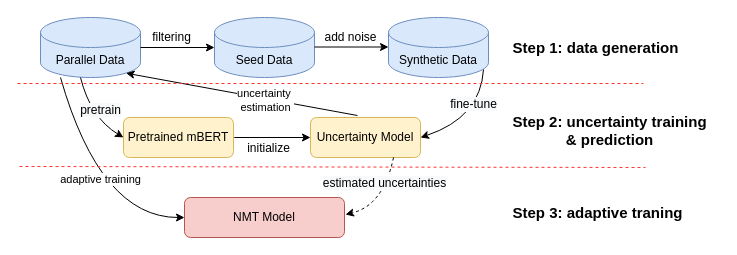
lizezhonglaile/drawio keeps this draw.io diagram as uncertaintyNMT.drawio. Above is the earlier version. Source tidied: cells renumbered, new cells numbered last; positions are measured from the earlier drawing's top-left corner, leaving out a move shared by most shapes. Both pictures are drawn from the tidied source at 100%, with x=0, y=0 at pixel (17, 17).
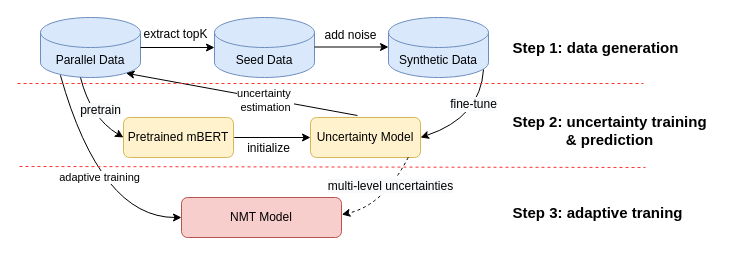
The same page after the edit.

Unchanged cells that the change refers to:
```xml
<mxCell id="2" value="Parallel Data" style="shape=cylinder3;whiteSpace=wrap;html=1;boundedLbl=1;backgroundOutline=1;size=15;fillColor=#dae8fc;strokeColor=#6c8ebf;" parent="1" vertex="1">
  <mxGeometry x="23" width="100" height="60" as="geometry" />
</mxCell>
<mxCell id="7" value="Uncertainty Model" style="rounded=1;whiteSpace=wrap;html=1;fillColor=#fff2cc;strokeColor=#d6b656;" parent="1" vertex="1">
  <mxGeometry x="293" y="100" width="110" height="40" as="geometry" />
</mxCell>
```

The edit, as a diff of the source:
```diff
@@
     <mxCell id="6" value="NMT Model" style="rounded=1;whiteSpace=wrap;html=1;fillColor=#f8cecc;strokeColor=#b85450;" parent="1" vertex="1">
-      <mxGeometry x="167" y="180" width="160" height="40" as="geometry" />
+      <mxGeometry x="164" y="180" width="160" height="40" as="geometry" />
     </mxCell>
@@
-    <mxCell id="11" style="curved=1;endArrow=classic;html=1;rounded=0;entryX=0;entryY=0.5;entryDx=0;entryDy=0;" parent="1" edge="1" target="6">
+    <mxCell id="11" style="curved=1;endArrow=classic;html=1;rounded=0;entryX=0;entryY=0.5;entryDx=0;entryDy=0;exitX=0.199;exitY=0.963;exitDx=0;exitDy=0;exitPerimeter=0;" parent="1" edge="1" source="2" target="6">
       <mxGeometry relative="1" as="geometry">
-        <mxPoint x="43" y="60" as="sourcePoint" />
         <Array as="points">
           <mxPoint x="83" y="200" />
         </Array>
       </mxGeometry>
     </mxCell>
@@
-    <mxCell id="19" value="filtering" style="text;html=1;align=center;verticalAlign=middle;strokeColor=none;fillColor=none;" parent="1" vertex="1">
-      <mxGeometry x="125" y="7" width="57" height="26" as="geometry" />
+    <mxCell id="19" value="extract topK" style="text;html=1;align=center;verticalAlign=middle;strokeColor=none;fillColor=none;" parent="1" vertex="1">
+      <mxGeometry x="117" y="4" width="82" height="26" as="geometry" />
     </mxCell>
     <mxCell id="20" value="add noise" style="text;html=1;align=center;verticalAlign=middle;strokeColor=none;fillColor=none;" parent="1" vertex="1">
-      <mxGeometry x="293" y="5" width="80" height="30" as="geometry" />
+      <mxGeometry x="293" y="3" width="80" height="30" as="geometry" />
     </mxCell>
@@
-    <mxCell id="27" style="curved=1;endArrow=classic;html=1;rounded=0;exitX=0.95;exitY=0.867;exitDx=0;exitDy=0;exitPerimeter=0;dashed=1;" parent="1" edge="1">
+    <mxCell id="27" style="curved=1;endArrow=classic;html=1;rounded=0;exitX=0.889;exitY=0.995;exitDx=0;exitDy=0;exitPerimeter=0;dashed=1;entryX=1.002;entryY=0.426;entryDx=0;entryDy=0;entryPerimeter=0;" parent="1" edge="1" source="7" target="6">
       <mxGeometry relative="1" as="geometry">
-        <mxPoint x="376" y="140" as="sourcePoint" />
-        <mxPoint x="328" y="197" as="targetPoint" />
         <Array as="points">
           <mxPoint x="366" y="188" />
         </Array>
       </mxGeometry>
     </mxCell>
-    <mxCell id="28" value="&lt;span style=&quot;font-size: 12px; background-color: rgb(248, 249, 250);&quot;&gt;estimated uncertainties&lt;/span&gt;" style="edgeLabel;html=1;align=center;verticalAlign=middle;fontSize=15;" parent="27" vertex="1">
+    <mxCell id="28" value="&lt;span style=&quot;font-size: 12px; background-color: rgb(248, 249, 250);&quot;&gt;multi-level uncertainties&lt;/span&gt;" style="edgeLabel;html=1;align=center;verticalAlign=middle;fontSize=15;spacing=1;" parent="27" vertex="1">
       <mxGeometry x="-0.28" y="-3" relative="1" as="geometry">
-        <mxPoint y="-7" as="offset" />
+        <mxPoint y="-3" as="offset" />
       </mxGeometry>
     </mxCell>
```
